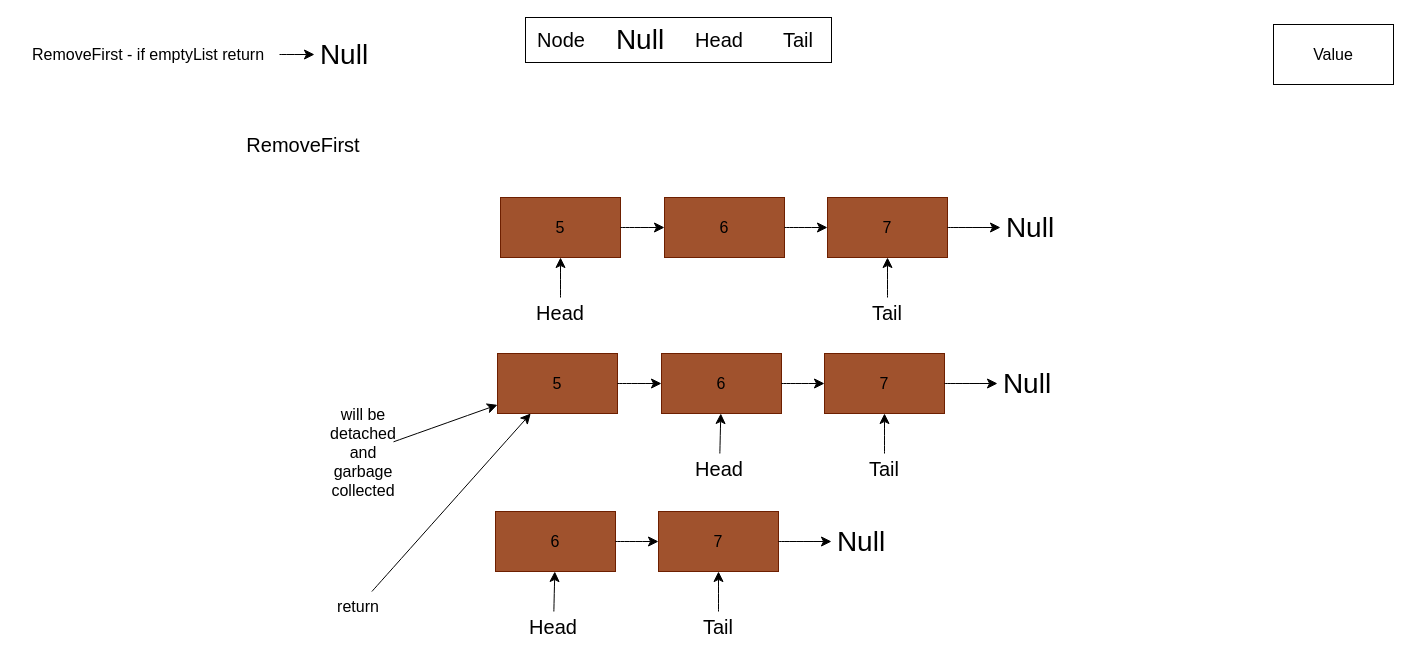
Above: page "RemoveFirst" (3 of 4) of Visualizations/DsacJs.drawio in gabriel-logan/DsacJs (draw.io), before the change. Source tidied: cells renumbered, new cells numbered last; positions are measured from the earlier drawing's top-left corner, leaving out a move shared by most shapes. Both pictures are drawn from the tidied source at 100%, with x=0, y=0 at pixel (17, 17).
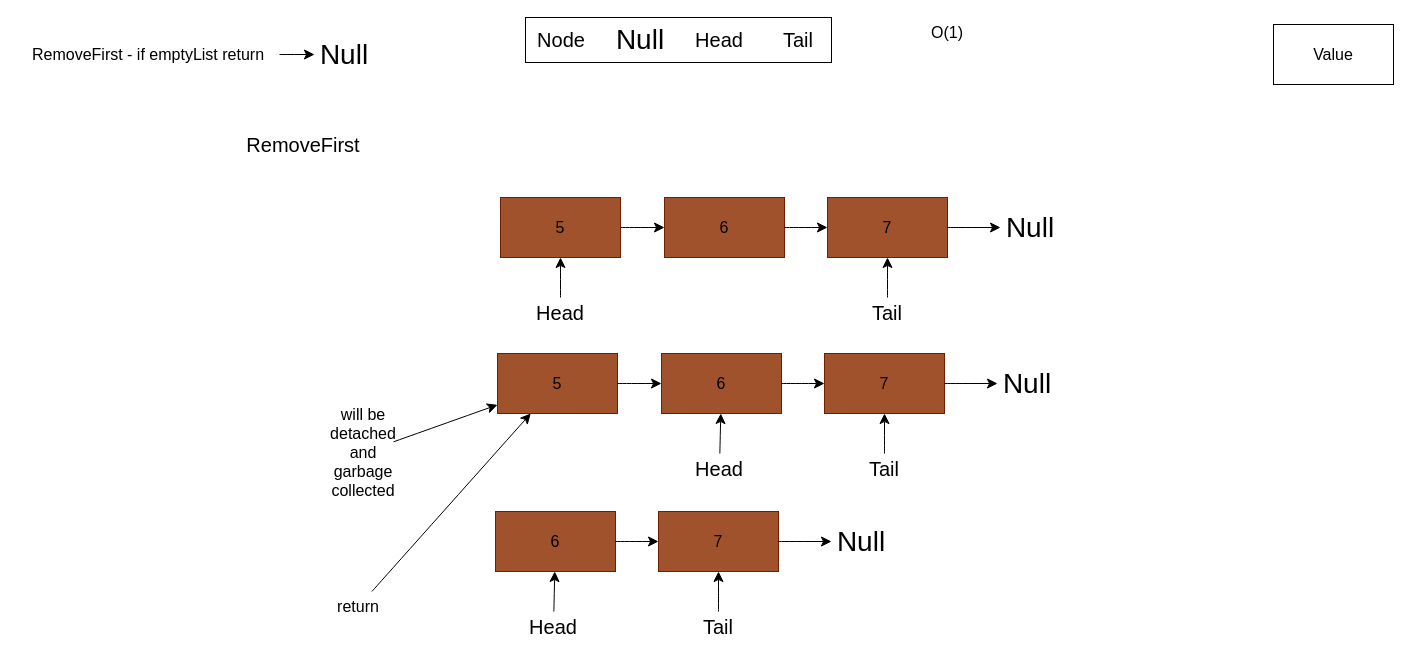
After the change.

Change to the diagram source:
```diff
@@
+    <mxCell id="65" value="O(1)" style="text;strokeColor=none;align=center;fillColor=none;html=1;verticalAlign=middle;whiteSpace=wrap;rounded=0;fontSize=16;" parent="1" vertex="1">
+      <mxGeometry x="900" width="60" height="30" as="geometry" />
+    </mxCell>
```
